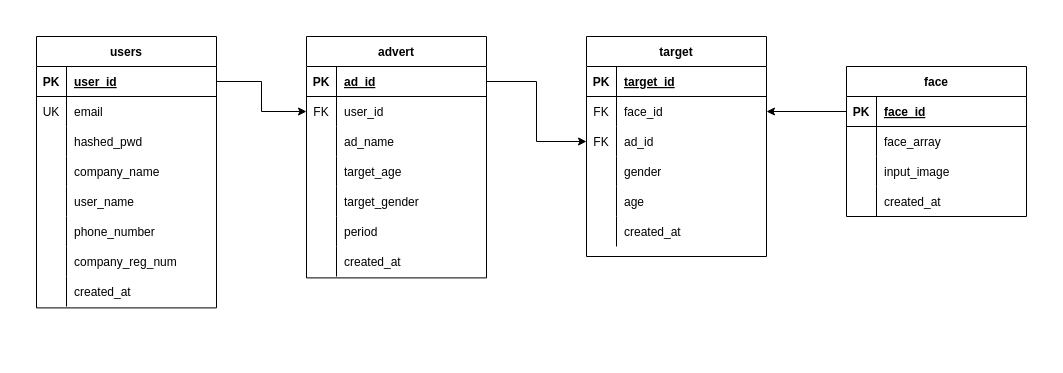
jaden7856/AD_Target_Architecture keeps this draw.io diagram as AD_Databases.drawio. Above is the earlier version. Source tidied: cells renumbered, new cells numbered last; positions are measured from the earlier drawing's top-left corner, leaving out a move shared by most shapes. Both pictures are drawn from the tidied source at 100%, with x=0, y=0 at pixel (36, 36).
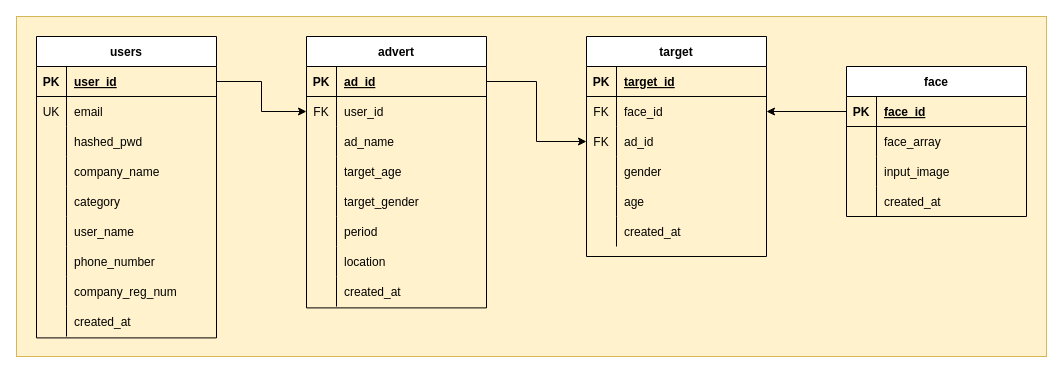
The same page after the edit.

Change to the diagram source:
```diff
@@
+    <mxCell id="84" style="rounded=0;whiteSpace=wrap;html=1;fillColor=#fff2cc;strokeColor=#d6b656;" parent="1" vertex="1">
+      <mxGeometry x="-20" y="-20" width="1030" height="340" as="geometry" />
+    </mxCell>
     <mxCell id="2" value="users" style="shape=table;startSize=30;childLayout=tableLayout;rowLines=0;fontStyle=1;align=center;" parent="1" vertex="1">
-      <mxGeometry width="180" height="271.4" as="geometry" />
+      <mxGeometry width="180" height="301.4" as="geometry" />
     </mxCell>
@@
+    <mxCell id="85" style="shape=partialRectangle;fillColor=none;top=0;left=0;bottom=0;right=0;" parent="2" vertex="1">
+      <mxGeometry y="150" width="180" height="30" as="geometry" />
+    </mxCell>
+    <mxCell id="86" style="shape=partialRectangle;fillColor=none;top=0;left=0;bottom=0;right=0;overflow=hidden;" parent="85" vertex="1">
+      <mxGeometry width="30" height="30" as="geometry" />
+    </mxCell>
+    <mxCell id="87" value="category" style="shape=partialRectangle;fillColor=none;top=0;left=0;bottom=0;right=0;align=left;spacingLeft=6;overflow=hidden;" parent="85" vertex="1">
+      <mxGeometry x="30" width="150" height="30" as="geometry" />
+    </mxCell>
     <mxCell id="15" style="shape=partialRectangle;fillColor=none;top=0;left=0;bottom=0;right=0;" parent="2" vertex="1">
-      <mxGeometry y="150" width="180" height="30" as="geometry" />
+      <mxGeometry y="180" width="180" height="30" as="geometry" />
     </mxCell>
@@
     <mxCell id="18" style="shape=partialRectangle;fillColor=none;top=0;left=0;bottom=0;right=0;" parent="2" vertex="1">
-      <mxGeometry y="180" width="180" height="30" as="geometry" />
+      <mxGeometry y="210" width="180" height="30" as="geometry" />
     </mxCell>
@@
     <mxCell id="21" style="shape=partialRectangle;fillColor=none;top=0;left=0;bottom=0;right=0;" parent="2" vertex="1">
-      <mxGeometry y="210" width="180" height="30" as="geometry" />
+      <mxGeometry y="240" width="180" height="30" as="geometry" />
     </mxCell>
@@
     <mxCell id="24" style="shape=partialRectangle;fillColor=none;top=0;left=0;bottom=0;right=0;" parent="2" vertex="1">
-      <mxGeometry y="240" width="180" height="30" as="geometry" />
+      <mxGeometry y="270" width="180" height="30" as="geometry" />
     </mxCell>
@@
     <mxCell id="27" value="advert" style="shape=table;startSize=30;childLayout=tableLayout;rowLines=0;fontStyle=1;align=center;" parent="1" vertex="1">
-      <mxGeometry x="270" width="180" height="241.4" as="geometry" />
+      <mxGeometry x="270" width="180" height="271.4" as="geometry" />
     </mxCell>
@@
+    <mxCell id="88" style="shape=partialRectangle;fillColor=none;top=0;left=0;bottom=0;right=0;" parent="27" vertex="1">
+      <mxGeometry y="210" width="180" height="30" as="geometry" />
+    </mxCell>
+    <mxCell id="89" style="shape=partialRectangle;fillColor=none;top=0;left=0;bottom=0;right=0;overflow=hidden;" parent="88" vertex="1">
+      <mxGeometry width="30" height="30" as="geometry" />
+    </mxCell>
+    <mxCell id="90" value="location" style="shape=partialRectangle;fillColor=none;top=0;left=0;bottom=0;right=0;align=left;spacingLeft=6;overflow=hidden;" parent="88" vertex="1">
+      <mxGeometry x="30" width="150" height="30" as="geometry" />
+    </mxCell>
     <mxCell id="46" style="shape=partialRectangle;fillColor=none;top=0;left=0;bottom=0;right=0;" parent="27" vertex="1">
-      <mxGeometry y="210" width="180" height="30" as="geometry" />
+      <mxGeometry y="240" width="180" height="30" as="geometry" />
     </mxCell>
```
